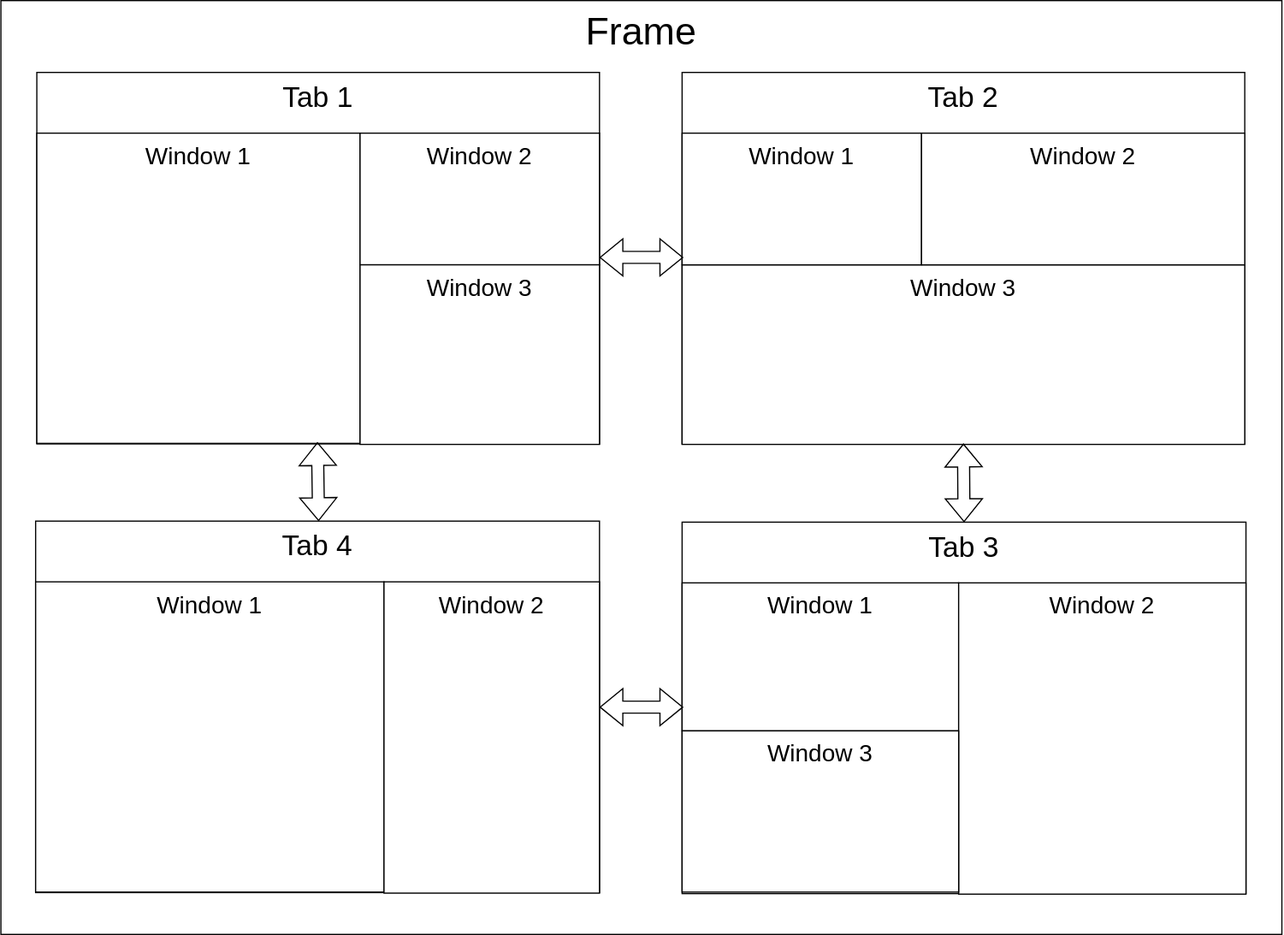
Above: static/images/Emacs_tabs.drawio.svg in jeremyryan/exploringemacs (draw.io), before the change. Source tidied: cells renumbered, new cells last; positions are measured from the earlier drawing's top-left corner, leaving out a move shared by most shapes. Source of this version:
```xml
<mxGraphModel>
  <root>
    <mxCell id="0" />
    <mxCell id="1" parent="0" />
    <mxCell id="2" value="Frame" style="rounded=0;whiteSpace=wrap;html=1;verticalAlign=top;fontSize=32;" parent="1" vertex="1">
      <mxGeometry width="1070" height="780" as="geometry" />
    </mxCell>
    <mxCell id="3" value="Tab 2" style="rounded=0;whiteSpace=wrap;html=1;verticalAlign=top;fontSize=24;" parent="1" vertex="1">
      <mxGeometry x="569" y="60" width="470" height="310.3" as="geometry" />
    </mxCell>
    <mxCell id="4" value="Tab 4" style="rounded=0;whiteSpace=wrap;html=1;verticalAlign=top;fontSize=24;" parent="1" vertex="1">
      <mxGeometry x="29" y="434.8" width="471" height="310.3" as="geometry" />
    </mxCell>
    <mxCell id="5" value="Tab 1" style="rounded=0;whiteSpace=wrap;html=1;verticalAlign=top;fontSize=24;" parent="1" vertex="1">
      <mxGeometry x="30" y="60" width="470" height="310.3" as="geometry" />
    </mxCell>
    <mxCell id="6" value="Window 1" style="rounded=0;whiteSpace=wrap;html=1;fontSize=20;verticalAlign=top;" parent="1" vertex="1">
      <mxGeometry x="30" y="110.7" width="270" height="259.1" as="geometry" />
    </mxCell>
    <mxCell id="7" value="Window 2" style="rounded=0;whiteSpace=wrap;html=1;fontSize=20;verticalAlign=top;" parent="1" vertex="1">
      <mxGeometry x="300" y="110.7" width="200" height="110" as="geometry" />
    </mxCell>
    <mxCell id="8" value="Window 3" style="rounded=0;whiteSpace=wrap;html=1;fontSize=20;verticalAlign=top;" parent="1" vertex="1">
      <mxGeometry x="300" y="220.7" width="200" height="150" as="geometry" />
    </mxCell>
    <mxCell id="9" value="Window 3" style="rounded=0;whiteSpace=wrap;html=1;fontSize=20;verticalAlign=top;" parent="1" vertex="1">
      <mxGeometry x="569" y="220.7" width="470" height="150" as="geometry" />
    </mxCell>
    <mxCell id="10" value="Window 1" style="rounded=0;whiteSpace=wrap;html=1;fontSize=20;verticalAlign=top;" parent="1" vertex="1">
      <mxGeometry x="569" y="110.7" width="200" height="110" as="geometry" />
    </mxCell>
    <mxCell id="11" value="Window 2" style="rounded=0;whiteSpace=wrap;html=1;fontSize=20;verticalAlign=top;" parent="1" vertex="1">
      <mxGeometry x="769" y="110.7" width="270" height="110" as="geometry" />
    </mxCell>
    <mxCell id="12" value="Window 1" style="rounded=0;whiteSpace=wrap;html=1;fontSize=20;verticalAlign=top;" parent="1" vertex="1">
      <mxGeometry x="29" y="485.5" width="291" height="259.1" as="geometry" />
    </mxCell>
    <mxCell id="13" value="Window 2" style="rounded=0;whiteSpace=wrap;html=1;fontSize=20;verticalAlign=top;" parent="1" vertex="1">
      <mxGeometry x="320" y="485.5" width="180" height="260" as="geometry" />
    </mxCell>
    <mxCell id="14" value="Tab 3" style="rounded=0;whiteSpace=wrap;html=1;verticalAlign=top;fontSize=24;" parent="1" vertex="1">
      <mxGeometry x="569" y="435.6" width="471" height="310.3" as="geometry" />
    </mxCell>
    <mxCell id="15" value="Window 1" style="rounded=0;whiteSpace=wrap;html=1;fontSize=20;verticalAlign=top;" parent="1" vertex="1">
      <mxGeometry x="569" y="486.4" width="231" height="123.6" as="geometry" />
    </mxCell>
    <mxCell id="16" value="Window 2" style="rounded=0;whiteSpace=wrap;html=1;fontSize=20;verticalAlign=top;" parent="1" vertex="1">
      <mxGeometry x="800" y="486.4" width="240" height="260" as="geometry" />
    </mxCell>
    <mxCell id="17" style="shape=flexArrow;endArrow=classic;startArrow=classic;html=1;rounded=0;exitX=0.5;exitY=0;exitDx=0;exitDy=0;" parent="1" edge="1" source="14">
      <mxGeometry relative="1" as="geometry">
        <mxPoint x="804" y="370" as="targetPoint" />
      </mxGeometry>
    </mxCell>
    <mxCell id="18" style="shape=flexArrow;endArrow=classic;startArrow=classic;html=1;rounded=0;" parent="1" edge="1">
      <mxGeometry relative="1" as="geometry">
        <mxPoint x="500" y="214.5" as="sourcePoint" />
        <mxPoint x="570" y="214.5" as="targetPoint" />
      </mxGeometry>
    </mxCell>
    <mxCell id="19" style="shape=flexArrow;endArrow=classic;startArrow=classic;html=1;rounded=0;" parent="1" edge="1">
      <mxGeometry relative="1" as="geometry">
        <mxPoint x="500" y="590.2" as="sourcePoint" />
        <mxPoint x="570" y="590.2" as="targetPoint" />
      </mxGeometry>
    </mxCell>
    <mxCell id="20" style="shape=flexArrow;endArrow=classic;startArrow=classic;html=1;rounded=0;exitX=0.5;exitY=0;exitDx=0;exitDy=0;" parent="1" edge="1">
      <mxGeometry relative="1" as="geometry">
        <mxPoint x="265.4" y="434.8" as="sourcePoint" />
        <mxPoint x="264.4" y="368.8" as="targetPoint" />
      </mxGeometry>
    </mxCell>
    <mxCell id="21" value="Window 3" style="rounded=0;whiteSpace=wrap;html=1;fontSize=20;verticalAlign=top;" parent="1" vertex="1">
      <mxGeometry x="569" y="610" width="231" height="134.7" as="geometry" />
    </mxCell>
  </root>
</mxGraphModel>
```
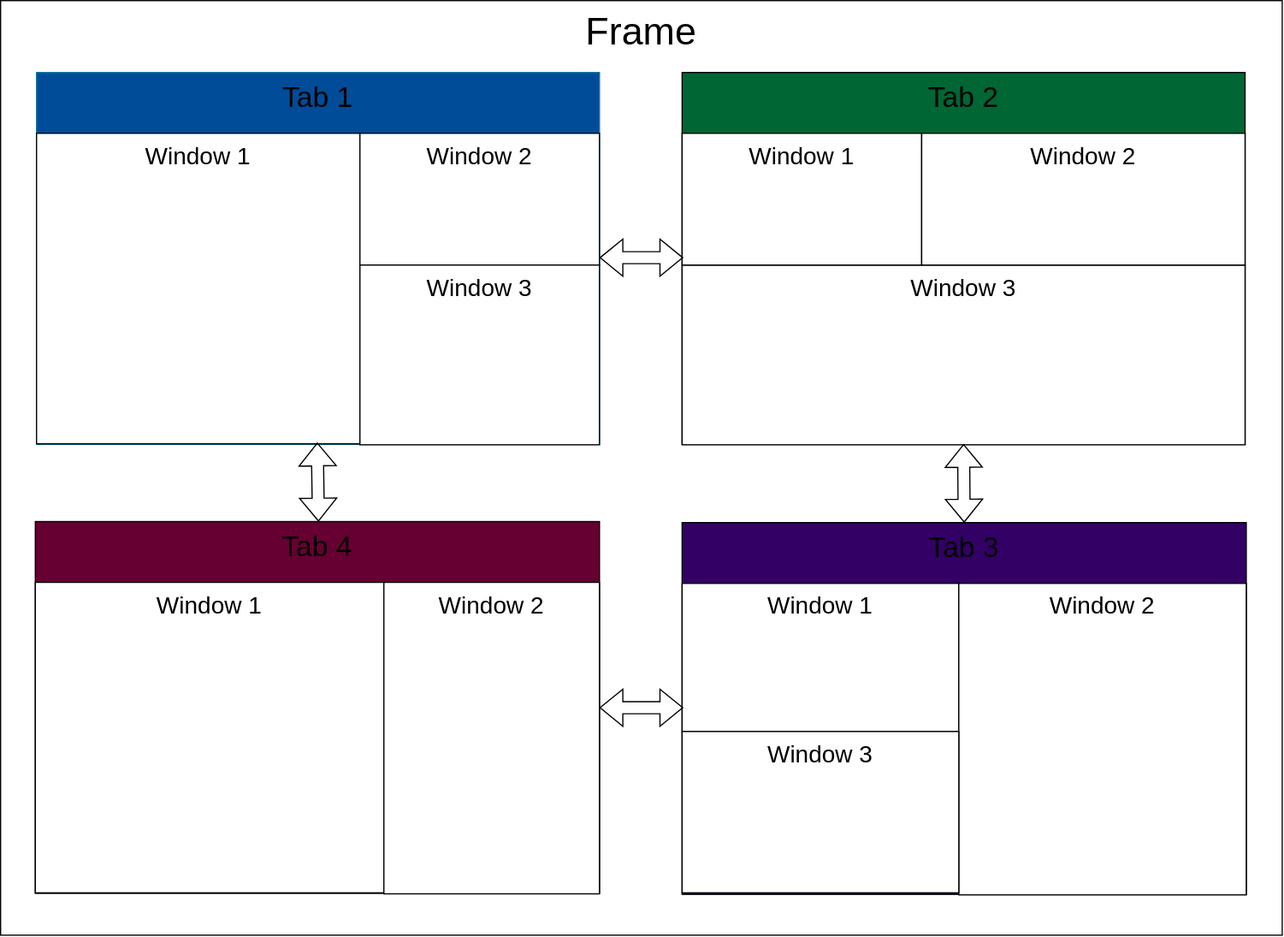
After the commit.

Commit message:
Updated tabs post

Change to the diagram source:
```diff
@@ -5,13 +5,13 @@
     <mxCell id="2" value="Frame" style="rounded=0;whiteSpace=wrap;html=1;verticalAlign=top;fontSize=32;" parent="1" vertex="1">
       <mxGeometry width="1070" height="780" as="geometry" />
     </mxCell>
-    <mxCell id="3" value="Tab 2" style="rounded=0;whiteSpace=wrap;html=1;verticalAlign=top;fontSize=24;" parent="1" vertex="1">
+    <mxCell id="3" value="Tab 2" style="rounded=0;whiteSpace=wrap;html=1;verticalAlign=top;fontSize=24;fillColor=#006633;" parent="1" vertex="1">
       <mxGeometry x="569" y="60" width="470" height="310.3" as="geometry" />
     </mxCell>
-    <mxCell id="4" value="Tab 4" style="rounded=0;whiteSpace=wrap;html=1;verticalAlign=top;fontSize=24;" parent="1" vertex="1">
+    <mxCell id="4" value="Tab 4" style="rounded=0;whiteSpace=wrap;html=1;verticalAlign=top;fontSize=24;fillColor=#660033;" parent="1" vertex="1">
       <mxGeometry x="29" y="434.8" width="471" height="310.3" as="geometry" />
     </mxCell>
-    <mxCell id="5" value="Tab 1" style="rounded=0;whiteSpace=wrap;html=1;verticalAlign=top;fontSize=24;" parent="1" vertex="1">
+    <mxCell id="5" value="Tab 1" style="rounded=0;whiteSpace=wrap;html=1;verticalAlign=top;fontSize=24;fillColor=#004C99;strokeColor=#10739e;" parent="1" vertex="1">
       <mxGeometry x="30" y="60" width="470" height="310.3" as="geometry" />
     </mxCell>
     <mxCell id="6" value="Window 1" style="rounded=0;whiteSpace=wrap;html=1;fontSize=20;verticalAlign=top;" parent="1" vertex="1">
@@ -38,7 +38,7 @@
     <mxCell id="13" value="Window 2" style="rounded=0;whiteSpace=wrap;html=1;fontSize=20;verticalAlign=top;" parent="1" vertex="1">
       <mxGeometry x="320" y="485.5" width="180" height="260" as="geometry" />
     </mxCell>
-    <mxCell id="14" value="Tab 3" style="rounded=0;whiteSpace=wrap;html=1;verticalAlign=top;fontSize=24;" parent="1" vertex="1">
+    <mxCell id="14" value="Tab 3" style="rounded=0;whiteSpace=wrap;html=1;verticalAlign=top;fontSize=24;fillColor=#330066;" parent="1" vertex="1">
       <mxGeometry x="569" y="435.6" width="471" height="310.3" as="geometry" />
     </mxCell>
     <mxCell id="15" value="Window 1" style="rounded=0;whiteSpace=wrap;html=1;fontSize=20;verticalAlign=top;" parent="1" vertex="1">
```
